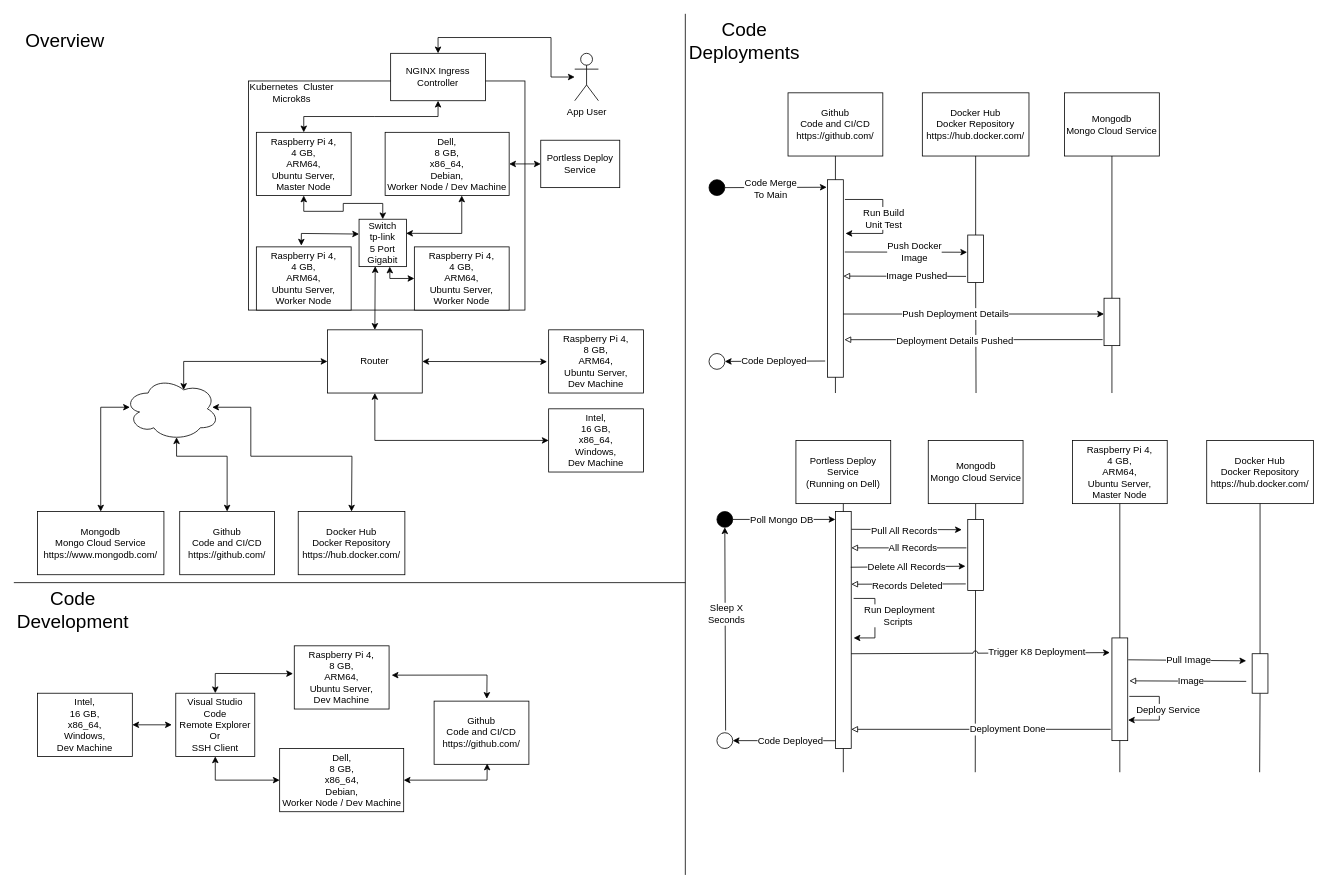
Above: homelab.drawio in horvatic/HomeLab_Infrastructure (draw.io), before the change. Source tidied: cells renumbered, new cells numbered last; positions are measured from the earlier drawing's top-left corner, leaving out a move shared by most shapes. Both pictures are drawn from the tidied source at 79%, with x=0, y=0 at pixel (13, 13).
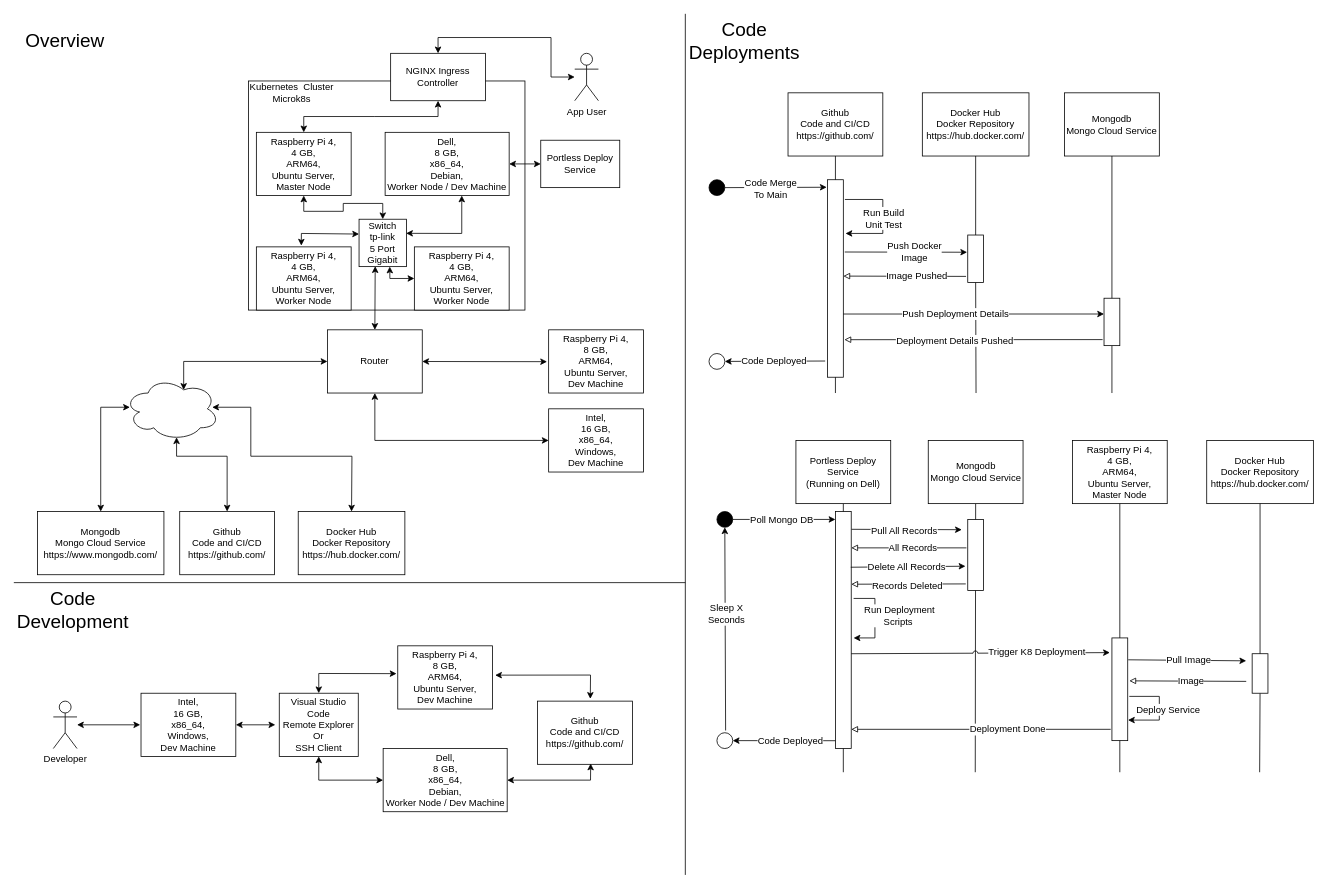
Above is the later version.

Commit message (it also covers changes not shown here):
update home lab diagrams

What changed in the source:
```diff
@@
     <mxCell id="105" value="Intel,&lt;br&gt;16 GB,&lt;br&gt;x86_64,&lt;br&gt;Windows,&lt;br&gt;Dev Machine" style="rounded=0;whiteSpace=wrap;html=1;" parent="1" vertex="1">
-      <mxGeometry x="30" y="860" width="120" height="80" as="geometry" />
+      <mxGeometry x="161" y="860" width="120" height="80" as="geometry" />
     </mxCell>
     <mxCell id="106" value="Visual Studio Code &lt;br&gt;Remote Explorer&lt;br&gt;Or&lt;br&gt;SSH Client" style="rounded=0;whiteSpace=wrap;html=1;fontSize=12;fillColor=#FFFFFF;" parent="1" vertex="1">
-      <mxGeometry x="205" y="860" width="100" height="80" as="geometry" />
+      <mxGeometry x="336" y="860" width="100" height="80" as="geometry" />
     </mxCell>
     <mxCell id="107" style="endArrow=classic;startArrow=classic;html=1;rounded=0;fontSize=12;jumpStyle=arc;exitX=1;exitY=0.5;exitDx=0;exitDy=0;" parent="1" edge="1" source="105">
       <mxGeometry relative="1" as="geometry">
-        <mxPoint x="200" y="900" as="targetPoint" />
+        <mxPoint x="331" y="900" as="targetPoint" />
       </mxGeometry>
     </mxCell>
     <mxCell id="108" value="Raspberry Pi 4,&lt;br&gt;8 GB,&lt;br&gt;ARM64,&lt;br&gt;Ubuntu Server,&lt;br&gt;Dev Machine" style="rounded=0;whiteSpace=wrap;html=1;" parent="1" vertex="1">
-      <mxGeometry x="355" y="800" width="120" height="80" as="geometry" />
+      <mxGeometry x="486" y="800" width="120" height="80" as="geometry" />
     </mxCell>
     <mxCell id="109" value="Dell,&lt;br&gt;8 GB,&lt;br&gt;x86_64,&lt;br&gt;Debian,&lt;br&gt;Worker Node / Dev Machine" style="rounded=0;whiteSpace=wrap;html=1;" parent="1" vertex="1">
-      <mxGeometry x="336.5" y="930" width="157" height="80" as="geometry" />
+      <mxGeometry x="467.5" y="930" width="157" height="80" as="geometry" />
     </mxCell>
     <mxCell id="110" style="endArrow=classic;startArrow=classic;html=1;rounded=0;fontSize=12;jumpStyle=arc;exitX=0.5;exitY=0;exitDx=0;exitDy=0;entryX=-0.013;entryY=0.44;entryDx=0;entryDy=0;entryPerimeter=0;" parent="1" edge="1" source="106" target="108">
       <mxGeometry relative="1" as="geometry">
         <Array as="points">
-          <mxPoint x="255" y="835" />
+          <mxPoint x="386" y="835" />
         </Array>
       </mxGeometry>
     </mxCell>
     <mxCell id="111" style="endArrow=classic;startArrow=classic;html=1;rounded=0;fontSize=12;jumpStyle=arc;entryX=0.5;entryY=1;entryDx=0;entryDy=0;exitX=0;exitY=0.5;exitDx=0;exitDy=0;" parent="1" edge="1" source="109" target="106">
       <mxGeometry relative="1" as="geometry">
         <Array as="points">
-          <mxPoint x="255" y="970" />
+          <mxPoint x="386" y="970" />
         </Array>
       </mxGeometry>
     </mxCell>
     <mxCell id="112" value="Github&lt;br&gt;Code and CI/CD&lt;br&gt;https://github.com/" style="rounded=0;whiteSpace=wrap;html=1;" parent="1" vertex="1">
-      <mxGeometry x="532" y="870" width="120" height="80" as="geometry" />
+      <mxGeometry x="663" y="870" width="120" height="80" as="geometry" />
     </mxCell>
     <mxCell id="113" style="endArrow=classic;startArrow=classic;html=1;rounded=0;fontSize=12;jumpStyle=arc;exitX=1.027;exitY=0.464;exitDx=0;exitDy=0;exitPerimeter=0;entryX=0.556;entryY=-0.036;entryDx=0;entryDy=0;entryPerimeter=0;" parent="1" edge="1" source="108" target="112">
       <mxGeometry relative="1" as="geometry">
         <Array as="points">
-          <mxPoint x="599" y="837" />
+          <mxPoint x="730" y="837" />
         </Array>
       </mxGeometry>
     </mxCell>
     <mxCell id="114" style="endArrow=classic;startArrow=classic;html=1;rounded=0;fontSize=12;jumpStyle=arc;exitX=1;exitY=0.5;exitDx=0;exitDy=0;entryX=0.56;entryY=0.988;entryDx=0;entryDy=0;entryPerimeter=0;" parent="1" edge="1" source="109" target="112">
       <mxGeometry relative="1" as="geometry">
         <Array as="points">
-          <mxPoint x="599" y="970" />
+          <mxPoint x="730" y="970" />
         </Array>
       </mxGeometry>
     </mxCell>
@@
+    <mxCell id="117" value="Developer" style="shape=umlActor;verticalLabelPosition=bottom;verticalAlign=top;html=1;outlineConnect=0;fontSize=12;fillColor=#FFFFFF;" parent="1" vertex="1">
+      <mxGeometry x="50" y="870" width="30" height="60" as="geometry" />
+    </mxCell>
+    <mxCell id="118" style="endArrow=classic;startArrow=classic;html=1;rounded=0;fontSize=12;jumpStyle=arc;" parent="1" edge="1" source="117">
+      <mxGeometry relative="1" as="geometry">
+        <mxPoint x="160" y="900" as="targetPoint" />
+      </mxGeometry>
+    </mxCell>
```
